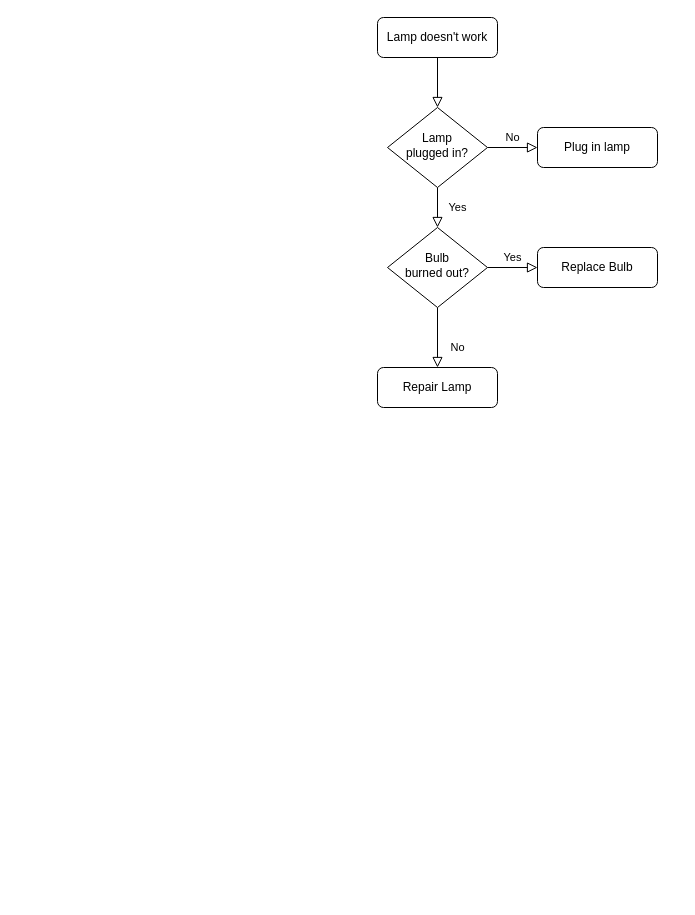
dearseul/movie_app keeps this draw.io diagram as Untitled Diagram.drawio. Above is the earlier version. Source tidied: cells renumbered, new cells numbered last; positions are measured from the earlier drawing's top-left corner, leaving out a move shared by most shapes. Both pictures are drawn from the tidied source at 100%, with x=0, y=0 at pixel (377, 17).
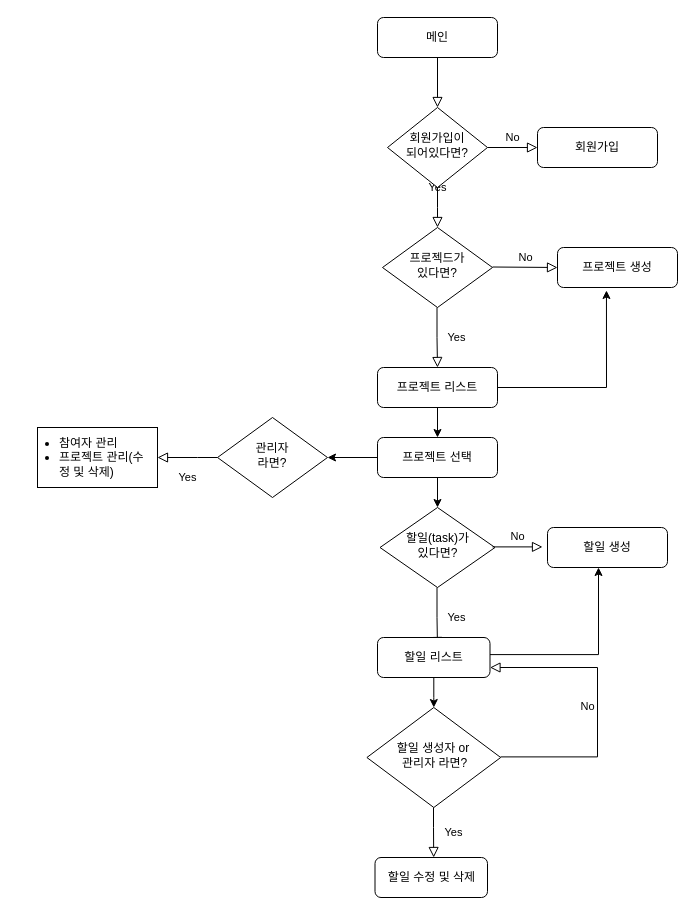
After the change.

Change to the diagram source:
```diff
@@
-    <mxCell id="3" value="Lamp doesn't work" style="rounded=1;whiteSpace=wrap;html=1;fontSize=12;glass=0;strokeWidth=1;shadow=0;" parent="1" vertex="1">
+    <mxCell id="3" value="메인" style="rounded=1;whiteSpace=wrap;html=1;fontSize=12;glass=0;strokeWidth=1;shadow=0;" parent="1" vertex="1">
       <mxGeometry width="120" height="40" as="geometry" />
     </mxCell>
-    <mxCell id="4" value="Yes" style="rounded=0;html=1;jettySize=auto;fontSize=11;endArrow=block;endFill=0;endSize=8;strokeWidth=1;shadow=0;labelBackgroundColor=none;edgeStyle=orthogonalEdgeStyle;" parent="1" edge="1" source="6" target="10">
-      <mxGeometry y="20" relative="1" as="geometry" />
+    <mxCell id="4" value="Yes" style="rounded=0;html=1;jettySize=auto;fontSize=11;endArrow=block;endFill=0;endSize=8;strokeWidth=1;shadow=0;labelBackgroundColor=none;edgeStyle=orthogonalEdgeStyle;" parent="1" edge="1" source="6">
+      <mxGeometry y="20" relative="1" as="geometry">
+        <mxPoint x="60" y="210" as="targetPoint" />
+      </mxGeometry>
     </mxCell>
@@
-    <mxCell id="6" value="Lamp&lt;br&gt;plugged in?" style="rhombus;whiteSpace=wrap;html=1;shadow=0;fontFamily=Helvetica;fontSize=12;align=center;strokeWidth=1;spacing=6;spacingTop=-4;" parent="1" vertex="1">
+    <mxCell id="6" value="회원가입이&lt;br&gt;되어있다면?" style="rhombus;whiteSpace=wrap;html=1;shadow=0;fontFamily=Helvetica;fontSize=12;align=center;strokeWidth=1;spacing=6;spacingTop=-4;" parent="1" vertex="1">
       <mxGeometry x="10" y="90" width="100" height="80" as="geometry" />
     </mxCell>
-    <mxCell id="7" value="Plug in lamp" style="rounded=1;whiteSpace=wrap;html=1;fontSize=12;glass=0;strokeWidth=1;shadow=0;" parent="1" vertex="1">
+    <mxCell id="7" value="회원가입" style="rounded=1;whiteSpace=wrap;html=1;fontSize=12;glass=0;strokeWidth=1;shadow=0;" parent="1" vertex="1">
       <mxGeometry x="160" y="110" width="120" height="40" as="geometry" />
     </mxCell>
-    <mxCell id="8" value="No" style="rounded=0;html=1;jettySize=auto;fontSize=11;endArrow=block;endFill=0;endSize=8;strokeWidth=1;shadow=0;labelBackgroundColor=none;edgeStyle=orthogonalEdgeStyle;" parent="1" edge="1" source="10" target="11">
-      <mxGeometry x="0.33" y="20" relative="1" as="geometry" />
-    </mxCell>
-    <mxCell id="9" value="Yes" style="edgeStyle=orthogonalEdgeStyle;rounded=0;html=1;jettySize=auto;fontSize=11;endArrow=block;endFill=0;endSize=8;strokeWidth=1;shadow=0;labelBackgroundColor=none;" parent="1" edge="1" source="10" target="12">
-      <mxGeometry y="10" relative="1" as="geometry" />
-    </mxCell>
-    <mxCell id="10" value="Bulb&lt;br&gt;burned out?" style="rhombus;whiteSpace=wrap;html=1;shadow=0;fontFamily=Helvetica;fontSize=12;align=center;strokeWidth=1;spacing=6;spacingTop=-4;" parent="1" vertex="1">
-      <mxGeometry x="10" y="210" width="100" height="80" as="geometry" />
+    <mxCell id="10" value="프로젝드가 &lt;br&gt;있다면?" style="rhombus;whiteSpace=wrap;html=1;shadow=0;fontFamily=Helvetica;fontSize=12;align=center;strokeWidth=1;spacing=6;spacingTop=-4;" parent="1" vertex="1">
+      <mxGeometry x="5" y="210" width="110" height="80" as="geometry" />
     </mxCell>
+    <mxCell id="13" style="edgeStyle=orthogonalEdgeStyle;rounded=0;jettySize=auto;html=1;" parent="1" edge="1" source="11" target="17">
+      <mxGeometry relative="1" as="geometry" />
+    </mxCell>
+    <mxCell id="14" style="edgeStyle=orthogonalEdgeStyle;rounded=0;jettySize=auto;html=1;entryX=0.408;entryY=1.075;entryDx=0;entryDy=0;entryPerimeter=0;" parent="1" edge="1" source="11" target="12">
+      <mxGeometry relative="1" as="geometry">
+        <Array as="points">
+          <mxPoint x="229" y="370" />
+        </Array>
+      </mxGeometry>
+    </mxCell>
-    <mxCell id="11" value="Repair Lamp" style="rounded=1;whiteSpace=wrap;html=1;fontSize=12;glass=0;strokeWidth=1;shadow=0;" parent="1" vertex="1">
+    <mxCell id="11" value="프로젝트 리스트" style="rounded=1;whiteSpace=wrap;html=1;fontSize=12;glass=0;strokeWidth=1;shadow=0;" parent="1" vertex="1">
       <mxGeometry y="350" width="120" height="40" as="geometry" />
     </mxCell>
-    <mxCell id="12" value="Replace Bulb" style="rounded=1;whiteSpace=wrap;html=1;fontSize=12;glass=0;strokeWidth=1;shadow=0;" parent="1" vertex="1">
-      <mxGeometry x="160" y="230" width="120" height="40" as="geometry" />
+    <mxCell id="12" value="프로젝트 생성" style="rounded=1;whiteSpace=wrap;html=1;fontSize=12;glass=0;strokeWidth=1;shadow=0;" parent="1" vertex="1">
+      <mxGeometry x="180" y="230" width="120" height="40" as="geometry" />
     </mxCell>
+    <mxCell id="15" style="edgeStyle=orthogonalEdgeStyle;rounded=0;jettySize=auto;html=1;" parent="1" edge="1" source="17" target="18">
+      <mxGeometry relative="1" as="geometry" />
+    </mxCell>
+    <mxCell id="16" style="edgeStyle=orthogonalEdgeStyle;rounded=0;jettySize=auto;html=1;" parent="1" edge="1" source="17" target="22">
+      <mxGeometry relative="1" as="geometry" />
+    </mxCell>
+    <mxCell id="17" value="프로젝트 선택" style="whiteSpace=wrap;html=1;rounded=1;shadow=0;strokeWidth=1;glass=0;" parent="1" vertex="1">
+      <mxGeometry y="420" width="120" height="40" as="geometry" />
+    </mxCell>
+    <mxCell id="18" value="관리자&lt;br&gt;라면?" style="rhombus;whiteSpace=wrap;html=1;shadow=0;fontFamily=Helvetica;fontSize=12;align=center;strokeWidth=1;spacing=6;spacingTop=-4;" parent="1" vertex="1">
+      <mxGeometry x="-160" y="400" width="110" height="80" as="geometry" />
+    </mxCell>
+    <mxCell id="19" value="Yes" style="rounded=0;html=1;jettySize=auto;fontSize=11;endArrow=block;endFill=0;endSize=8;strokeWidth=1;shadow=0;labelBackgroundColor=none;edgeStyle=orthogonalEdgeStyle;entryX=0.5;entryY=0;entryDx=0;entryDy=0;" parent="1" edge="1" target="11">
+      <mxGeometry y="20" relative="1" as="geometry">
+        <mxPoint x="59.5" y="290" as="sourcePoint" />
+        <Array as="points">
+          <mxPoint x="60" y="320" />
+          <mxPoint x="60" y="320" />
+        </Array>
+      </mxGeometry>
+    </mxCell>
+    <mxCell id="20" value="Yes" style="rounded=0;html=1;jettySize=auto;fontSize=11;endArrow=block;endFill=0;endSize=8;strokeWidth=1;shadow=0;labelBackgroundColor=none;edgeStyle=orthogonalEdgeStyle;exitX=0;exitY=0.5;exitDx=0;exitDy=0;" parent="1" edge="1" source="18">
+      <mxGeometry y="20" relative="1" as="geometry">
+        <mxPoint x="-220" y="440" as="targetPoint" />
+        <Array as="points">
+          <mxPoint x="-180" y="440" />
+          <mxPoint x="-180" y="440" />
+        </Array>
+      </mxGeometry>
+    </mxCell>
+    <mxCell id="21" value="할일 생성" style="whiteSpace=wrap;html=1;rounded=1;shadow=0;strokeWidth=1;glass=0;" parent="1" vertex="1">
+      <mxGeometry x="170" y="510" width="120" height="40" as="geometry" />
+    </mxCell>
+    <mxCell id="22" value="할일(task)가&lt;br&gt;있다면?" style="rhombus;whiteSpace=wrap;html=1;shadow=0;fontFamily=Helvetica;fontSize=12;align=center;strokeWidth=1;spacing=6;spacingTop=-4;" parent="1" vertex="1">
+      <mxGeometry x="2.5" y="490" width="115" height="80" as="geometry" />
+    </mxCell>
+    <mxCell id="23" value="Yes" style="rounded=0;html=1;jettySize=auto;orthogonalLoop=1;fontSize=11;endArrow=block;endFill=0;endSize=8;strokeWidth=1;shadow=0;labelBackgroundColor=none;edgeStyle=orthogonalEdgeStyle;entryX=0.5;entryY=0;entryDx=0;entryDy=0;" parent="1" edge="1">
+      <mxGeometry y="20" relative="1" as="geometry">
+        <mxPoint x="59.5" y="570" as="sourcePoint" />
+        <mxPoint x="60" y="630" as="targetPoint" />
+        <Array as="points">
+          <mxPoint x="60" y="600" />
+          <mxPoint x="60" y="600" />
+        </Array>
+      </mxGeometry>
+    </mxCell>
+    <mxCell id="24" value="No" style="edgeStyle=orthogonalEdgeStyle;rounded=0;html=1;jettySize=auto;fontSize=11;endArrow=block;endFill=0;endSize=8;strokeWidth=1;shadow=0;labelBackgroundColor=none;entryX=0;entryY=0.5;entryDx=0;entryDy=0;" parent="1" edge="1" target="12">
+      <mxGeometry y="10" relative="1" as="geometry">
+        <mxPoint x="115" y="249.5" as="sourcePoint" />
+      </mxGeometry>
+    </mxCell>
+    <mxCell id="25" style="edgeStyle=orthogonalEdgeStyle;rounded=0;jettySize=auto;html=1;" parent="1" edge="1" source="26" target="30">
+      <mxGeometry relative="1" as="geometry" />
+    </mxCell>
+    <mxCell id="26" value="할일 리스트" style="whiteSpace=wrap;html=1;rounded=1;shadow=0;strokeWidth=1;glass=0;" parent="1" vertex="1">
+      <mxGeometry y="620" width="112.5" height="40" as="geometry" />
+    </mxCell>
+    <mxCell id="27" style="rounded=0;whiteSpace=wrap;html=1;" parent="1" vertex="1">
+      <mxGeometry x="-340" y="410" width="120" height="60" as="geometry" />
+    </mxCell>
+    <mxCell id="28" value="&lt;ul&gt;&lt;li&gt;참여자 관리&lt;/li&gt;&lt;li&gt;프로젝트 관리(수정 및 삭제)&lt;/li&gt;&lt;/ul&gt;" style="text;strokeColor=none;fillColor=none;html=1;whiteSpace=wrap;verticalAlign=middle;overflow=hidden;" parent="1" vertex="1">
+      <mxGeometry x="-360" y="400" width="130" height="80" as="geometry" />
+    </mxCell>
+    <mxCell id="29" style="edgeStyle=orthogonalEdgeStyle;rounded=0;orthogonalLoop=1;jettySize=auto;html=1;" parent="1" edge="1">
+      <mxGeometry relative="1" as="geometry">
+        <mxPoint x="112.5" y="637.1" as="sourcePoint" />
+        <mxPoint x="221" y="550" as="targetPoint" />
+        <Array as="points">
+          <mxPoint x="221.5" y="637" />
+        </Array>
+      </mxGeometry>
+    </mxCell>
+    <mxCell id="30" value="할일 생성자 or&lt;br&gt;&amp;nbsp;관리자 라면?" style="rhombus;whiteSpace=wrap;html=1;shadow=0;fontFamily=Helvetica;fontSize=12;align=center;strokeWidth=1;spacing=6;spacingTop=-4;" parent="1" vertex="1">
+      <mxGeometry x="-10.6" y="690" width="133.8" height="100" as="geometry" />
+    </mxCell>
+    <mxCell id="31" value="할일 수정 및 삭제" style="whiteSpace=wrap;html=1;rounded=1;shadow=0;strokeWidth=1;glass=0;" parent="1" vertex="1">
+      <mxGeometry x="-2.5" y="840" width="112.5" height="40" as="geometry" />
+    </mxCell>
+    <mxCell id="32" value="Yes" style="rounded=0;html=1;jettySize=auto;orthogonalLoop=1;fontSize=11;endArrow=block;endFill=0;endSize=8;strokeWidth=1;shadow=0;labelBackgroundColor=none;edgeStyle=orthogonalEdgeStyle;entryX=0.5;entryY=0;entryDx=0;entryDy=0;" parent="1" edge="1">
+      <mxGeometry y="20" relative="1" as="geometry">
+        <mxPoint x="56" y="790" as="sourcePoint" />
+        <mxPoint x="56.2" y="840" as="targetPoint" />
+        <Array as="points">
+          <mxPoint x="56.2" y="810" />
+          <mxPoint x="56.2" y="810" />
+        </Array>
+      </mxGeometry>
+    </mxCell>
+    <mxCell id="33" value="No" style="edgeStyle=orthogonalEdgeStyle;rounded=0;html=1;jettySize=auto;fontSize=11;endArrow=block;endFill=0;endSize=8;strokeWidth=1;shadow=0;labelBackgroundColor=none;entryX=1;entryY=0.75;entryDx=0;entryDy=0;" parent="1" edge="1" target="26">
+      <mxGeometry y="10" relative="1" as="geometry">
+        <mxPoint x="123.1" y="739.4" as="sourcePoint" />
+        <Array as="points">
+          <mxPoint x="220" y="739" />
+          <mxPoint x="220" y="650" />
+        </Array>
+      </mxGeometry>
+    </mxCell>
+    <mxCell id="34" value="No" style="edgeStyle=orthogonalEdgeStyle;rounded=0;html=1;jettySize=auto;orthogonalLoop=1;fontSize=11;endArrow=block;endFill=0;endSize=8;strokeWidth=1;shadow=0;labelBackgroundColor=none;" parent="1" edge="1">
+      <mxGeometry y="10" relative="1" as="geometry">
+        <mxPoint x="115" y="529.4" as="sourcePoint" />
+        <mxPoint x="165" y="529.4" as="targetPoint" />
+      </mxGeometry>
+    </mxCell>
```
